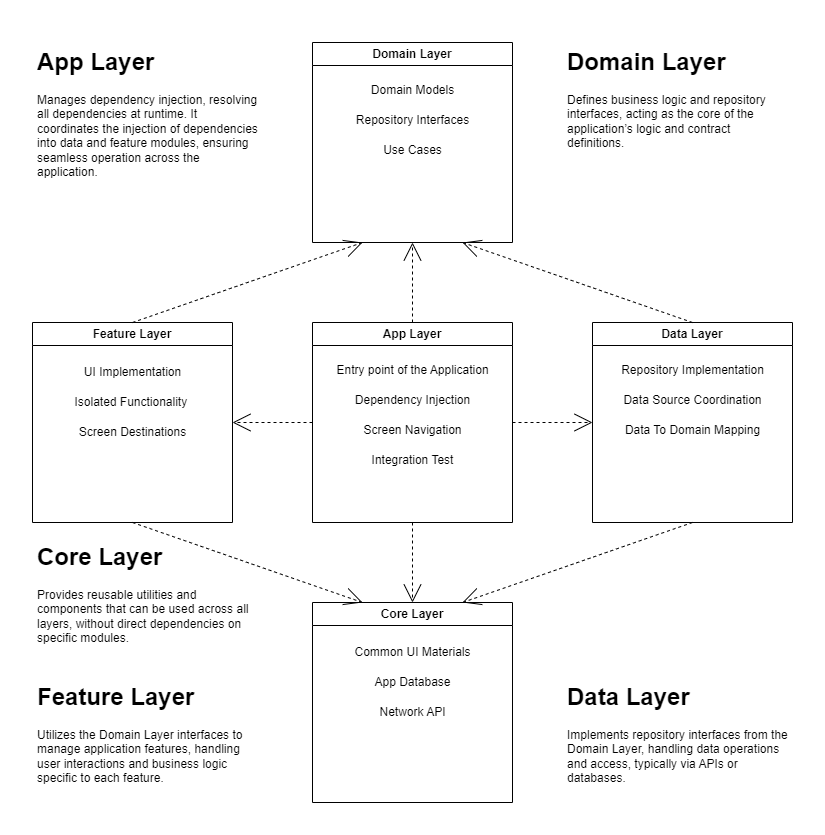
This is docs/diagrams/Android App Architecture Overview.png from Deathhit/TaipeiTour, a draw.io export, as it was before one commit. Source tidied: cells renumbered, new cells last; positions are measured from the earlier drawing's top-left corner, leaving out a move shared by most shapes.
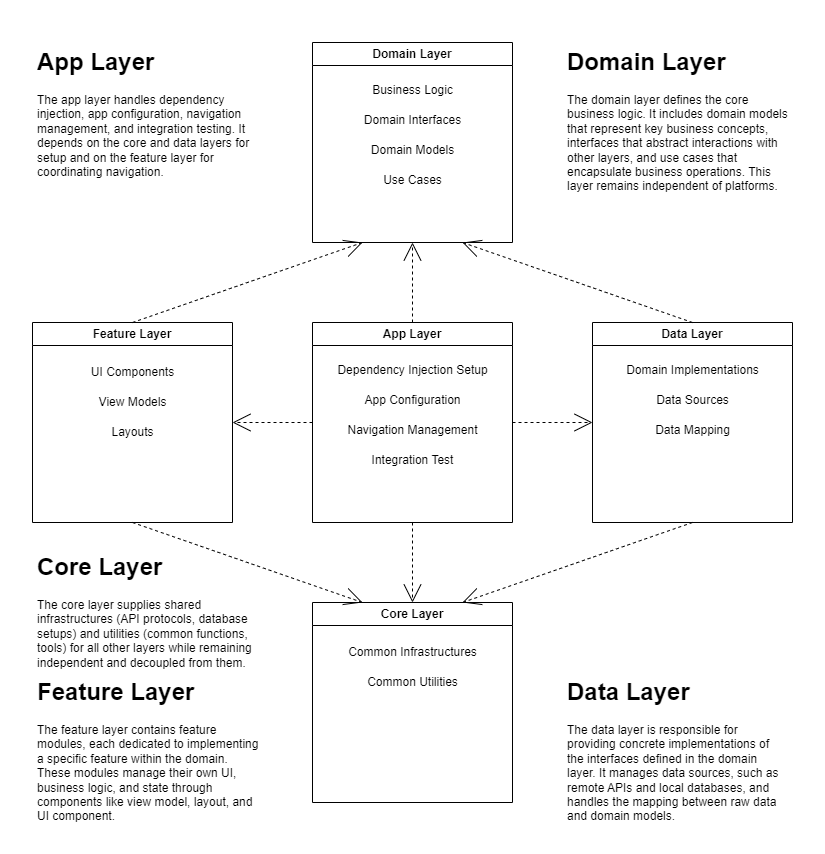
Above is the later version.

Commit message:
Update the architecture overview diagram.

Change to the diagram source:
```diff
@@ -2,110 +2,110 @@
   <root>
     <mxCell id="0" />
     <mxCell id="1" parent="0" />
-    <mxCell id="2" style="group;" parent="1" vertex="1">
-      <mxGeometry width="760" height="760" as="geometry" />
-    </mxCell>
+    <mxCell id="37" style="group;" parent="1" vertex="1">
+      <mxGeometry width="760" height="780" as="geometry" />
+    </mxCell>
-    <mxCell id="3" value="Feature Layer" style="swimlane;whiteSpace=wrap;html=1;" parent="2" vertex="1">
+    <mxCell id="3" value="Feature Layer" style="swimlane;whiteSpace=wrap;html=1;" parent="37" vertex="1">
       <mxGeometry y="280" width="200" height="200" as="geometry" />
     </mxCell>
-    <mxCell id="4" value="App Layer" style="swimlane;whiteSpace=wrap;html=1;" parent="2" vertex="1">
+    <mxCell id="4" value="App Layer" style="swimlane;whiteSpace=wrap;html=1;" parent="37" vertex="1">
       <mxGeometry x="280" y="280" width="200" height="200" as="geometry" />
     </mxCell>
-    <mxCell id="5" value="Data Layer" style="swimlane;whiteSpace=wrap;html=1;" parent="2" vertex="1">
+    <mxCell id="5" value="Data Layer" style="swimlane;whiteSpace=wrap;html=1;" parent="37" vertex="1">
       <mxGeometry x="560" y="280" width="200" height="200" as="geometry" />
     </mxCell>
-    <mxCell id="6" value="Core Layer" style="swimlane;whiteSpace=wrap;html=1;" parent="2" vertex="1">
+    <mxCell id="6" value="Core Layer" style="swimlane;whiteSpace=wrap;html=1;" parent="37" vertex="1">
       <mxGeometry x="280" y="560" width="200" height="200" as="geometry" />
     </mxCell>
-    <mxCell id="7" value="Domain Layer" style="swimlane;whiteSpace=wrap;html=1;" parent="2" vertex="1">
+    <mxCell id="7" value="Domain Layer" style="swimlane;whiteSpace=wrap;html=1;" parent="37" vertex="1">
       <mxGeometry x="280" width="200" height="200" as="geometry" />
     </mxCell>
-    <mxCell id="8" style="edgeStyle=none;rounded=0;html=1;dashed=1;labelBackgroundColor=none;startArrow=none;startFill=0;startSize=8;endArrow=open;endFill=0;endSize=16;fontFamily=Verdana;fontSize=12;entryX=0.25;entryY=1;entryDx=0;entryDy=0;exitX=0.5;exitY=0;exitDx=0;exitDy=0;" parent="2" edge="1" source="3" target="7">
+    <mxCell id="8" style="edgeStyle=none;rounded=0;html=1;dashed=1;labelBackgroundColor=none;startArrow=none;startFill=0;startSize=8;endArrow=open;endFill=0;endSize=16;fontFamily=Verdana;fontSize=12;entryX=0.25;entryY=1;entryDx=0;entryDy=0;exitX=0.5;exitY=0;exitDx=0;exitDy=0;" parent="37" edge="1" source="3" target="7">
       <mxGeometry relative="1" as="geometry" />
     </mxCell>
-    <mxCell id="9" style="edgeStyle=none;rounded=0;html=1;dashed=1;labelBackgroundColor=none;startArrow=none;startFill=0;startSize=8;endArrow=open;endFill=0;endSize=16;fontFamily=Verdana;fontSize=12;exitX=0.5;exitY=0;exitDx=0;exitDy=0;entryX=0.5;entryY=1;entryDx=0;entryDy=0;" parent="2" edge="1" source="4" target="7">
+    <mxCell id="9" style="edgeStyle=none;rounded=0;html=1;dashed=1;labelBackgroundColor=none;startArrow=none;startFill=0;startSize=8;endArrow=open;endFill=0;endSize=16;fontFamily=Verdana;fontSize=12;exitX=0.5;exitY=0;exitDx=0;exitDy=0;entryX=0.5;entryY=1;entryDx=0;entryDy=0;" parent="37" edge="1" source="4" target="7">
       <mxGeometry relative="1" as="geometry" />
     </mxCell>
-    <mxCell id="10" style="edgeStyle=none;rounded=0;html=1;dashed=1;labelBackgroundColor=none;startArrow=none;startFill=0;startSize=8;endArrow=open;endFill=0;endSize=16;fontFamily=Verdana;fontSize=12;exitX=0.5;exitY=0;exitDx=0;exitDy=0;entryX=0.75;entryY=1;entryDx=0;entryDy=0;" parent="2" edge="1" source="5" target="7">
+    <mxCell id="10" style="edgeStyle=none;rounded=0;html=1;dashed=1;labelBackgroundColor=none;startArrow=none;startFill=0;startSize=8;endArrow=open;endFill=0;endSize=16;fontFamily=Verdana;fontSize=12;exitX=0.5;exitY=0;exitDx=0;exitDy=0;entryX=0.75;entryY=1;entryDx=0;entryDy=0;" parent="37" edge="1" source="5" target="7">
       <mxGeometry relative="1" as="geometry" />
     </mxCell>
-    <mxCell id="11" style="edgeStyle=none;rounded=0;html=1;dashed=1;labelBackgroundColor=none;startArrow=none;startFill=0;startSize=8;endArrow=open;endFill=0;endSize=16;fontFamily=Verdana;fontSize=12;entryX=1;entryY=0.5;entryDx=0;entryDy=0;exitX=0;exitY=0.5;exitDx=0;exitDy=0;" parent="2" edge="1" source="4" target="3">
+    <mxCell id="11" style="edgeStyle=none;rounded=0;html=1;dashed=1;labelBackgroundColor=none;startArrow=none;startFill=0;startSize=8;endArrow=open;endFill=0;endSize=16;fontFamily=Verdana;fontSize=12;entryX=1;entryY=0.5;entryDx=0;entryDy=0;exitX=0;exitY=0.5;exitDx=0;exitDy=0;" parent="37" edge="1" source="4" target="3">
       <mxGeometry relative="1" as="geometry" />
     </mxCell>
-    <mxCell id="12" style="edgeStyle=none;rounded=0;html=1;dashed=1;labelBackgroundColor=none;startArrow=none;startFill=0;startSize=8;endArrow=open;endFill=0;endSize=16;fontFamily=Verdana;fontSize=12;entryX=0;entryY=0.5;entryDx=0;entryDy=0;exitX=1;exitY=0.5;exitDx=0;exitDy=0;" parent="2" edge="1" source="4" target="5">
+    <mxCell id="12" style="edgeStyle=none;rounded=0;html=1;dashed=1;labelBackgroundColor=none;startArrow=none;startFill=0;startSize=8;endArrow=open;endFill=0;endSize=16;fontFamily=Verdana;fontSize=12;entryX=0;entryY=0.5;entryDx=0;entryDy=0;exitX=1;exitY=0.5;exitDx=0;exitDy=0;" parent="37" edge="1" source="4" target="5">
       <mxGeometry relative="1" as="geometry" />
     </mxCell>
-    <mxCell id="13" style="edgeStyle=none;rounded=0;html=1;dashed=1;labelBackgroundColor=none;startArrow=none;startFill=0;startSize=8;endArrow=open;endFill=0;endSize=16;fontFamily=Verdana;fontSize=12;entryX=0.25;entryY=0;entryDx=0;entryDy=0;exitX=0.5;exitY=1;exitDx=0;exitDy=0;" parent="2" edge="1" source="3" target="6">
+    <mxCell id="13" style="edgeStyle=none;rounded=0;html=1;dashed=1;labelBackgroundColor=none;startArrow=none;startFill=0;startSize=8;endArrow=open;endFill=0;endSize=16;fontFamily=Verdana;fontSize=12;entryX=0.25;entryY=0;entryDx=0;entryDy=0;exitX=0.5;exitY=1;exitDx=0;exitDy=0;" parent="37" edge="1" source="3" target="6">
       <mxGeometry relative="1" as="geometry" />
     </mxCell>
-    <mxCell id="14" style="edgeStyle=none;rounded=0;html=1;dashed=1;labelBackgroundColor=none;startArrow=none;startFill=0;startSize=8;endArrow=open;endFill=0;endSize=16;fontFamily=Verdana;fontSize=12;exitX=0.5;exitY=1;exitDx=0;exitDy=0;entryX=0.5;entryY=0;entryDx=0;entryDy=0;" parent="2" edge="1" source="4" target="6">
+    <mxCell id="14" style="edgeStyle=none;rounded=0;html=1;dashed=1;labelBackgroundColor=none;startArrow=none;startFill=0;startSize=8;endArrow=open;endFill=0;endSize=16;fontFamily=Verdana;fontSize=12;exitX=0.5;exitY=1;exitDx=0;exitDy=0;entryX=0.5;entryY=0;entryDx=0;entryDy=0;" parent="37" edge="1" source="4" target="6">
       <mxGeometry relative="1" as="geometry" />
     </mxCell>
-    <mxCell id="15" style="edgeStyle=none;rounded=0;html=1;dashed=1;labelBackgroundColor=none;startArrow=none;startFill=0;startSize=8;endArrow=open;endFill=0;endSize=16;fontFamily=Verdana;fontSize=12;exitX=0.5;exitY=1;exitDx=0;exitDy=0;entryX=0.75;entryY=0;entryDx=0;entryDy=0;" parent="2" edge="1" source="5" target="6">
+    <mxCell id="15" style="edgeStyle=none;rounded=0;html=1;dashed=1;labelBackgroundColor=none;startArrow=none;startFill=0;startSize=8;endArrow=open;endFill=0;endSize=16;fontFamily=Verdana;fontSize=12;exitX=0.5;exitY=1;exitDx=0;exitDy=0;entryX=0.75;entryY=0;entryDx=0;entryDy=0;" parent="37" edge="1" source="5" target="6">
       <mxGeometry relative="1" as="geometry" />
     </mxCell>
-    <mxCell id="16" value="Isolated Functionality&amp;nbsp;" style="text;html=1;align=center;verticalAlign=middle;strokeColor=none;fillColor=none;" parent="2" vertex="1">
-      <mxGeometry x="30" y="345" width="140" height="30" as="geometry" />
+    <mxCell id="16" value="View Models" style="text;html=1;align=center;verticalAlign=middle;strokeColor=none;fillColor=none;" parent="37" vertex="1">
+      <mxGeometry x="55" y="345" width="90" height="30" as="geometry" />
     </mxCell>
-    <mxCell id="17" value="Screen Destinations" style="text;html=1;align=center;verticalAlign=middle;strokeColor=none;fillColor=none;" parent="2" vertex="1">
-      <mxGeometry x="35" y="375" width="130" height="30" as="geometry" />
-    </mxCell>
-    <mxCell id="18" value="UI Implementation" style="text;html=1;align=center;verticalAlign=middle;strokeColor=none;fillColor=none;" parent="2" vertex="1">
-      <mxGeometry x="40" y="315" width="120" height="30" as="geometry" />
-    </mxCell>
-    <mxCell id="19" value="Repository Implementation" style="text;html=1;align=center;verticalAlign=middle;strokeColor=none;fillColor=none;" parent="2" vertex="1">
-      <mxGeometry x="575" y="313" width="170" height="30" as="geometry" />
+    <mxCell id="19" value="Domain Implementations" style="text;html=1;align=center;verticalAlign=middle;strokeColor=none;fillColor=none;" parent="37" vertex="1">
+      <mxGeometry x="580" y="313" width="160" height="30" as="geometry" />
     </mxCell>
-    <mxCell id="20" value="Data Source Coordination" style="text;html=1;align=center;verticalAlign=middle;strokeColor=none;fillColor=none;" parent="2" vertex="1">
-      <mxGeometry x="580" y="343" width="160" height="30" as="geometry" />
-    </mxCell>
-    <mxCell id="21" value="Data To Domain Mapping" style="text;html=1;align=center;verticalAlign=middle;strokeColor=none;fillColor=none;" parent="2" vertex="1">
-      <mxGeometry x="580" y="373" width="160" height="30" as="geometry" />
-    </mxCell>
-    <mxCell id="22" value="Common UI Materials" style="text;html=1;align=center;verticalAlign=middle;strokeColor=none;fillColor=none;" parent="2" vertex="1">
-      <mxGeometry x="310" y="595" width="140" height="30" as="geometry" />
-    </mxCell>
-    <mxCell id="23" value="App Database" style="text;html=1;align=center;verticalAlign=middle;strokeColor=none;fillColor=none;" parent="2" vertex="1">
-      <mxGeometry x="330" y="625" width="100" height="30" as="geometry" />
-    </mxCell>
-    <mxCell id="24" value="Network API" style="text;html=1;align=center;verticalAlign=middle;strokeColor=none;fillColor=none;" parent="2" vertex="1">
-      <mxGeometry x="335" y="655" width="90" height="30" as="geometry" />
-    </mxCell>
-    <mxCell id="25" value="Domain Models" style="text;html=1;align=center;verticalAlign=middle;strokeColor=none;fillColor=none;" parent="2" vertex="1">
-      <mxGeometry x="325" y="33" width="110" height="30" as="geometry" />
-    </mxCell>
-    <mxCell id="26" value="Repository Interfaces" style="text;html=1;align=center;verticalAlign=middle;strokeColor=none;fillColor=none;" parent="2" vertex="1">
-      <mxGeometry x="310" y="63" width="140" height="30" as="geometry" />
-    </mxCell>
-    <mxCell id="27" value="Use Cases" style="text;html=1;align=center;verticalAlign=middle;strokeColor=none;fillColor=none;" parent="2" vertex="1">
-      <mxGeometry x="340" y="93" width="80" height="30" as="geometry" />
-    </mxCell>
-    <mxCell id="28" value="&lt;h1&gt;App Layer&lt;/h1&gt;&lt;p&gt;Manages dependency injection, resolving all dependencies at runtime. It coordinates the injection of dependencies into data and feature modules, ensuring seamless operation across the application.&lt;/p&gt;" style="text;html=1;strokeColor=none;fillColor=none;spacing=5;spacingTop=-20;whiteSpace=wrap;overflow=hidden;rounded=0;" parent="2" vertex="1">
+    <mxCell id="28" value="&lt;h1&gt;App Layer&lt;/h1&gt;&lt;p&gt;The app layer handles dependency injection, app configuration, navigation management, and integration testing. It depends on the core and data layers for setup and on the feature layer for coordinating navigation.&lt;/p&gt;" style="text;html=1;strokeColor=none;fillColor=none;spacing=5;spacingTop=-20;whiteSpace=wrap;overflow=hidden;rounded=0;" parent="37" vertex="1">
       <mxGeometry width="230" height="145" as="geometry" />
     </mxCell>
-    <mxCell id="29" value="&lt;h1&gt;Feature Layer&lt;/h1&gt;&lt;p&gt;Utilizes the Domain Layer interfaces to manage application features, handling user interactions and business logic specific to each feature.&lt;br&gt;&lt;/p&gt;" style="text;html=1;strokeColor=none;fillColor=none;spacing=5;spacingTop=-20;whiteSpace=wrap;overflow=hidden;rounded=0;" parent="2" vertex="1">
-      <mxGeometry y="635" width="230" height="125" as="geometry" />
+    <mxCell id="29" value="&lt;h1&gt;Feature Layer&lt;/h1&gt;&lt;p&gt;The feature layer contains feature modules, each dedicated to implementing a specific feature within the domain. These modules manage their own UI, business logic, and state through components like view model, layout, and UI component. &lt;br&gt;&lt;/p&gt;" style="text;html=1;strokeColor=none;fillColor=none;spacing=5;spacingTop=-20;whiteSpace=wrap;overflow=hidden;rounded=0;" parent="37" vertex="1">
+      <mxGeometry y="630" width="230" height="150" as="geometry" />
     </mxCell>
-    <mxCell id="30" value="&lt;h1&gt;Data Layer&lt;/h1&gt;&lt;p&gt;Implements repository interfaces from the Domain Layer, handling data operations and access, typically via APIs or databases.&lt;/p&gt;" style="text;html=1;strokeColor=none;fillColor=none;spacing=5;spacingTop=-20;whiteSpace=wrap;overflow=hidden;rounded=0;" parent="2" vertex="1">
-      <mxGeometry x="530" y="635" width="230" height="125" as="geometry" />
+    <mxCell id="30" value="&lt;h1&gt;Data Layer&lt;/h1&gt;&lt;p&gt;The data layer is responsible for providing concrete implementations of the interfaces defined in the domain layer. It manages data sources, such as remote APIs and local databases, and handles the mapping between raw data and domain models.&lt;/p&gt;" style="text;html=1;strokeColor=none;fillColor=none;spacing=5;spacingTop=-20;whiteSpace=wrap;overflow=hidden;rounded=0;" parent="37" vertex="1">
+      <mxGeometry x="530" y="630" width="230" height="150" as="geometry" />
     </mxCell>
-    <mxCell id="31" value="&lt;h1&gt;Core Layer&lt;/h1&gt;&lt;p&gt;Provides reusable utilities and components that can be used across all layers, without direct dependencies on specific modules.&lt;/p&gt;" style="text;html=1;strokeColor=none;fillColor=none;spacing=5;spacingTop=-20;whiteSpace=wrap;overflow=hidden;rounded=0;" parent="2" vertex="1">
-      <mxGeometry y="495" width="230" height="130" as="geometry" />
+    <mxCell id="31" value="&lt;h1&gt;Core Layer&lt;/h1&gt;&lt;p&gt;The core layer supplies shared infrastructures (API protocols, database setups) and utilities (common functions, tools) for all other layers while remaining independent and decoupled from them.&lt;br&gt;&lt;/p&gt;" style="text;html=1;strokeColor=none;fillColor=none;spacing=5;spacingTop=-20;whiteSpace=wrap;overflow=hidden;rounded=0;" parent="37" vertex="1">
+      <mxGeometry y="505" width="230" height="135" as="geometry" />
     </mxCell>
-    <mxCell id="32" value="Entry point of the Application" style="text;html=1;align=center;verticalAlign=middle;strokeColor=none;fillColor=none;" parent="2" vertex="1">
-      <mxGeometry x="290" y="313" width="180" height="30" as="geometry" />
+    <mxCell id="32" value="Dependency Injection Setup" style="text;html=1;align=center;verticalAlign=middle;strokeColor=none;fillColor=none;" parent="37" vertex="1">
+      <mxGeometry x="295" y="313" width="170" height="30" as="geometry" />
     </mxCell>
-    <mxCell id="33" value="Dependency Injection" style="text;html=1;align=center;verticalAlign=middle;strokeColor=none;fillColor=none;" parent="2" vertex="1">
-      <mxGeometry x="310" y="343" width="140" height="30" as="geometry" />
+    <mxCell id="33" value="App Configuration" style="text;html=1;align=center;verticalAlign=middle;strokeColor=none;fillColor=none;" parent="37" vertex="1">
+      <mxGeometry x="320" y="343" width="120" height="30" as="geometry" />
     </mxCell>
-    <mxCell id="34" value="Screen Navigation" style="text;html=1;align=center;verticalAlign=middle;strokeColor=none;fillColor=none;" parent="2" vertex="1">
-      <mxGeometry x="320" y="373" width="120" height="30" as="geometry" />
+    <mxCell id="34" value="Navigation Management" style="text;html=1;align=center;verticalAlign=middle;strokeColor=none;fillColor=none;" parent="37" vertex="1">
+      <mxGeometry x="305" y="373" width="150" height="30" as="geometry" />
     </mxCell>
-    <mxCell id="35" value="Integration Test" style="text;html=1;align=center;verticalAlign=middle;strokeColor=none;fillColor=none;" parent="2" vertex="1">
+    <mxCell id="35" value="Integration Test" style="text;html=1;align=center;verticalAlign=middle;strokeColor=none;fillColor=none;" parent="37" vertex="1">
       <mxGeometry x="325" y="403" width="110" height="30" as="geometry" />
     </mxCell>
-    <mxCell id="36" value="&lt;h1&gt;Domain Layer&lt;/h1&gt;&lt;p&gt;Defines business logic and repository interfaces, acting as the core of the application’s logic and contract definitions.&lt;/p&gt;" style="text;html=1;strokeColor=none;fillColor=none;spacing=5;spacingTop=-20;whiteSpace=wrap;overflow=hidden;rounded=0;" parent="2" vertex="1">
-      <mxGeometry x="530" width="230" height="145" as="geometry" />
+    <mxCell id="36" value="&lt;h1&gt;Domain Layer&lt;/h1&gt;&lt;p&gt;The domain layer defines the core business logic. It includes domain models that represent key business concepts, interfaces that abstract interactions with other layers, and use cases that encapsulate business operations. This layer remains independent of platforms.&lt;/p&gt;" style="text;html=1;strokeColor=none;fillColor=none;spacing=5;spacingTop=-20;whiteSpace=wrap;overflow=hidden;rounded=0;" parent="37" vertex="1">
+      <mxGeometry x="530" width="230" height="150" as="geometry" />
     </mxCell>
+    <mxCell id="17" value="Layouts" style="text;html=1;align=center;verticalAlign=middle;strokeColor=none;fillColor=none;" parent="37" vertex="1">
+      <mxGeometry x="65" y="375" width="70" height="30" as="geometry" />
+    </mxCell>
+    <mxCell id="18" value="UI Components" style="text;html=1;align=center;verticalAlign=middle;strokeColor=none;fillColor=none;" parent="37" vertex="1">
+      <mxGeometry x="45" y="315" width="110" height="30" as="geometry" />
+    </mxCell>
+    <mxCell id="20" value="Data Sources" style="text;html=1;align=center;verticalAlign=middle;strokeColor=none;fillColor=none;" parent="37" vertex="1">
+      <mxGeometry x="610" y="343" width="100" height="30" as="geometry" />
+    </mxCell>
+    <mxCell id="21" value="Data Mapping" style="text;html=1;align=center;verticalAlign=middle;strokeColor=none;fillColor=none;" parent="37" vertex="1">
+      <mxGeometry x="610" y="373" width="100" height="30" as="geometry" />
+    </mxCell>
+    <mxCell id="23" value="Common Utilities" style="text;html=1;align=center;verticalAlign=middle;strokeColor=none;fillColor=none;" parent="37" vertex="1">
+      <mxGeometry x="325" y="625" width="110" height="30" as="geometry" />
+    </mxCell>
+    <mxCell id="22" value="Common Infrastructures" style="text;html=1;align=center;verticalAlign=middle;strokeColor=none;fillColor=none;" parent="37" vertex="1">
+      <mxGeometry x="305" y="595" width="150" height="30" as="geometry" />
+    </mxCell>
+    <mxCell id="25" value="Business Logic" style="text;html=1;align=center;verticalAlign=middle;strokeColor=none;fillColor=none;" parent="37" vertex="1">
+      <mxGeometry x="330" y="33" width="100" height="30" as="geometry" />
+    </mxCell>
+    <mxCell id="26" value="Domain Interfaces" style="text;html=1;align=center;verticalAlign=middle;strokeColor=none;fillColor=none;" parent="37" vertex="1">
+      <mxGeometry x="320" y="63" width="120" height="30" as="geometry" />
+    </mxCell>
+    <mxCell id="27" value="Domain Models" style="text;html=1;align=center;verticalAlign=middle;strokeColor=none;fillColor=none;" parent="37" vertex="1">
+      <mxGeometry x="325" y="93" width="110" height="30" as="geometry" />
+    </mxCell>
+    <mxCell id="38" value="Use Cases" style="text;html=1;align=center;verticalAlign=middle;strokeColor=none;fillColor=none;" parent="37" vertex="1">
+      <mxGeometry x="340" y="123" width="80" height="30" as="geometry" />
+    </mxCell>
   </root>
 </mxGraphModel>
```
